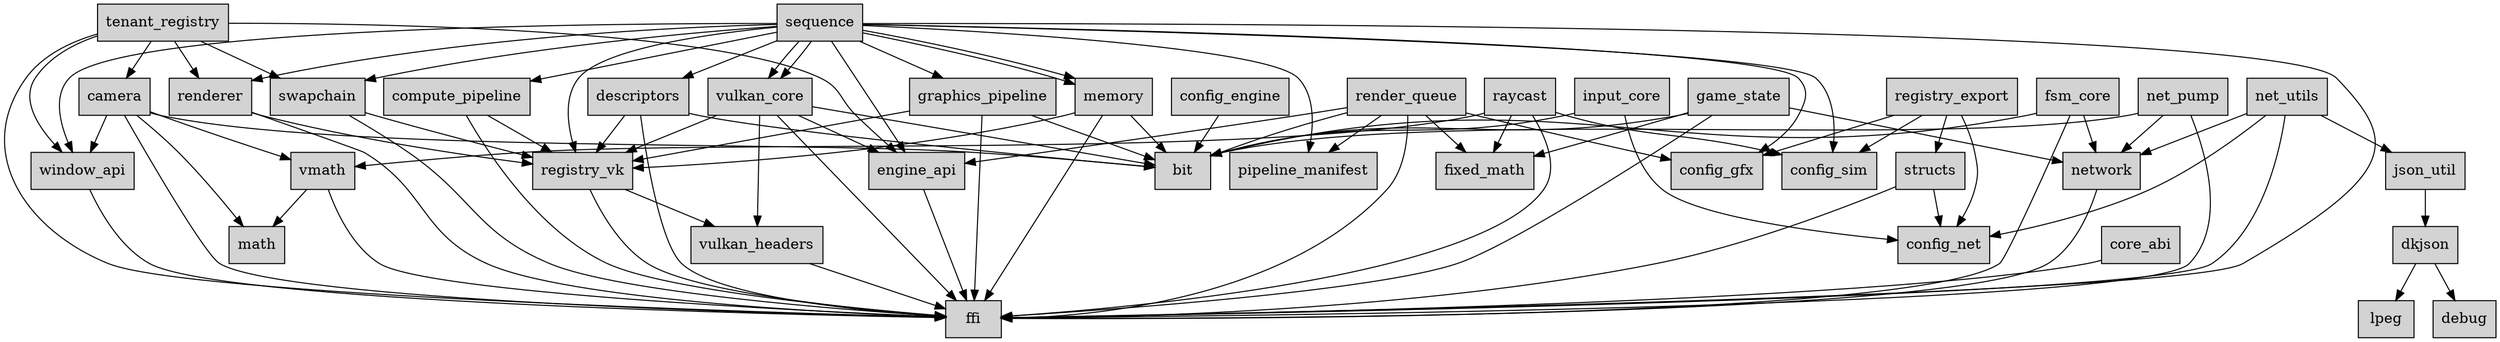
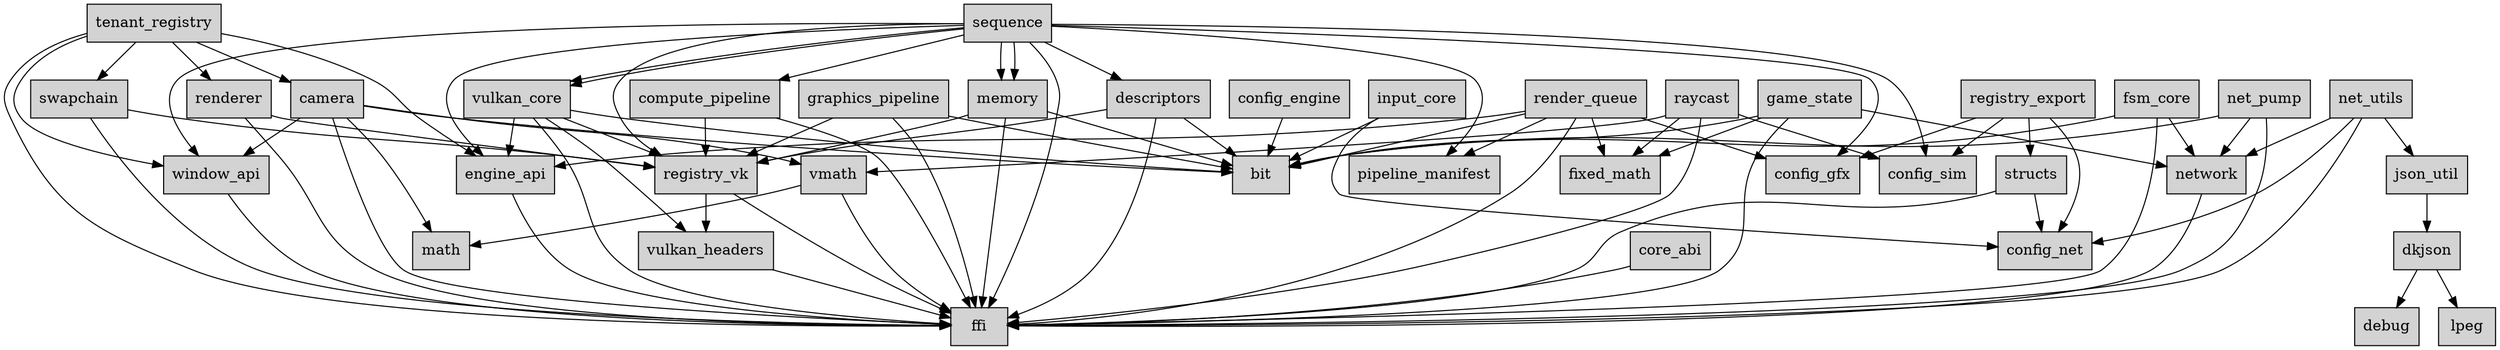
digraph WeaverEngine {
  node [shape=box, style=filled, fillcolor=lightgray];
  "sequence" -> "ffi";
  "sequence" -> "registry_vk";
  "sequence" -> "pipeline_manifest";
  "sequence" -> "window_api";
  "sequence" -> "engine_api";
  "sequence" -> "config_gfx";
  "sequence" -> "config_sim";
  "sequence" -> "vulkan_core";
  "sequence" -> "vulkan_core";
  "sequence" -> "memory";
-   "sequence" -> "swapchain";
  "sequence" -> "descriptors";
  "sequence" -> "memory";
  "sequence" -> "compute_pipeline";
-   "sequence" -> "graphics_pipeline";
-   "sequence" -> "renderer";
  "network" -> "ffi";
  "raycast" -> "ffi";
  "raycast" -> "vmath";
  "raycast" -> "fixed_math";
  "raycast" -> "config_sim";
  "engine_api" -> "ffi";
  "camera" -> "ffi";
  "camera" -> "math";
  "camera" -> "bit";
  "camera" -> "vmath";
  "camera" -> "window_api";
  "config_sim";
  "registry_export" -> "structs";
  "registry_export" -> "config_gfx";
  "registry_export" -> "config_sim";
  "registry_export" -> "config_net";
  "config_net";
  "fsm_core" -> "network";
  "fsm_core" -> "bit";
  "fsm_core" -> "ffi";
  "descriptors" -> "ffi";
  "descriptors" -> "bit";
  "descriptors" -> "registry_vk";
  "pipeline_manifest";
  "core_abi" -> "ffi";
  "registry_vk" -> "ffi";
  "registry_vk" -> "vulkan_headers";
  "config_gfx";
  "memory" -> "ffi";
  "memory" -> "bit";
  "memory" -> "registry_vk";
  "net_utils" -> "ffi";
  "net_utils" -> "json_util";
  "net_utils" -> "config_net";
  "net_utils" -> "network";
  "vulkan_core" -> "ffi";
  "vulkan_core" -> "bit";
  "vulkan_core" -> "vulkan_headers";
  "vulkan_core" -> "registry_vk";
  "vulkan_core" -> "engine_api";
  "renderer" -> "ffi";
  "renderer" -> "registry_vk";
  "dkjson" -> "debug";
  "dkjson" -> "lpeg";
  "structs" -> "ffi";
  "structs" -> "config_net";
  "json_util" -> "dkjson";
  "config_engine" -> "bit";
  "tenant_registry" -> "ffi";
  "tenant_registry" -> "window_api";
  "tenant_registry" -> "engine_api";
  "tenant_registry" -> "swapchain";
  "tenant_registry" -> "renderer";
  "tenant_registry" -> "camera";
  "swapchain" -> "ffi";
  "swapchain" -> "registry_vk";
  "render_queue" -> "ffi";
  "render_queue" -> "pipeline_manifest";
  "render_queue" -> "bit";
  "render_queue" -> "fixed_math";
  "render_queue" -> "engine_api";
  "render_queue" -> "config_gfx";
  "graphics_pipeline" -> "ffi";
  "graphics_pipeline" -> "bit";
  "graphics_pipeline" -> "registry_vk";
  "input_core" -> "bit";
  "input_core" -> "config_net";
  "net_pump" -> "ffi";
  "net_pump" -> "bit";
  "net_pump" -> "network";
  "window_api" -> "ffi";
  "vulkan_headers" -> "ffi";
  "fixed_math";
  "game_state" -> "ffi";
  "game_state" -> "bit";
  "game_state" -> "network";
  "game_state" -> "fixed_math";
  "vmath" -> "ffi";
  "vmath" -> "math";
  "compute_pipeline" -> "ffi";
  "compute_pipeline" -> "registry_vk";
}